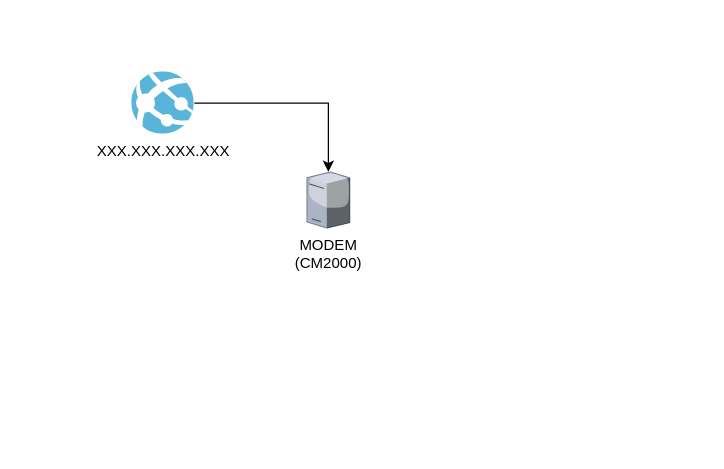
Earlier version of the draw.io diagram Untitled Diagram.drawio (rehlinger/Learning). Source tidied: cells renumbered, new cells numbered last; positions are measured from the earlier drawing's top-left corner, leaving out a move shared by most shapes. Both pictures are drawn from the tidied source at 125%, with x=0, y=0 at pixel (131, 71). Pictures stored in the file or linked from it are replaced by grey dashed boxes.
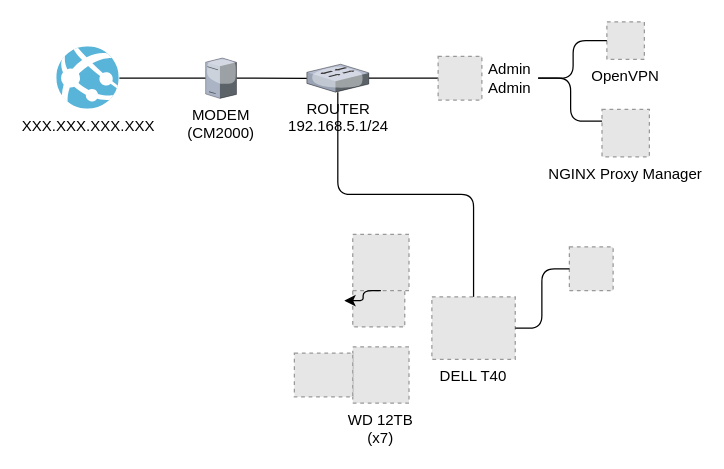
Above is the later version.

Diff of the diagram source:
```diff
@@
-    <mxCell id="2" style="edgeStyle=orthogonalEdgeStyle;rounded=0;jettySize=auto;html=1;shadow=0;sketch=0;backgroundOutline=0;noJump=0;comic=0;orthogonal=0;flowAnimation=1;jumpStyle=arc;jumpSize=17;" parent="1" edge="1" source="3" target="4">
+    <mxCell id="2" style="edgeStyle=orthogonalEdgeStyle;rounded=1;jettySize=auto;html=1;shadow=0;sketch=0;backgroundOutline=0;noJump=0;comic=0;orthogonal=0;flowAnimation=0;jumpStyle=arc;jumpSize=17;startArrow=none;startFill=0;endArrow=none;endFill=0;" parent="1" edge="1" source="3" target="4">
       <mxGeometry relative="1" as="geometry" />
     </mxCell>
     <mxCell id="3" value="&lt;div&gt;XXX.XXX.XXX.XXX&lt;/div&gt;&lt;div&gt;&lt;br&gt;&lt;/div&gt;" style="html=1;points=[];align=center;image;fontSize=12;image=img/lib/mscae/App_Services.svg;" parent="1" vertex="1">
-      <mxGeometry width="50" height="50" as="geometry" />
+      <mxGeometry x="-60" y="-20" width="50" height="50" as="geometry" />
     </mxCell>
+    <mxCell id="5" style="edgeStyle=orthogonalEdgeStyle;curved=0;rounded=1;sketch=0;jumpStyle=arc;jettySize=auto;html=1;targetPerimeterSpacing=0;flowAnimation=0;startArrow=none;startFill=0;endArrow=none;endFill=0;" parent="1" edge="1" source="4" target="8">
+      <mxGeometry relative="1" as="geometry" />
+    </mxCell>
     <mxCell id="4" value="&lt;div&gt;MODEM&lt;/div&gt;&lt;div&gt;(CM2000)&lt;br&gt;&lt;/div&gt;" style="verticalLabelPosition=bottom;html=1;verticalAlign=top;strokeColor=none;align=center;outlineConnect=0;shape=mxgraph.citrix.license_server;" parent="1" vertex="1">
-      <mxGeometry x="140" y="80" width="34.4" height="45" as="geometry" />
+      <mxGeometry x="59" y="-11.1" width="24.7" height="32.3" as="geometry" />
     </mxCell>
+    <mxCell id="6" style="edgeStyle=elbowEdgeStyle;rounded=1;sketch=0;jumpStyle=arc;jettySize=auto;html=1;targetPerimeterSpacing=0;strokeColor=#000000;entryX=0;entryY=0.5;entryDx=0;entryDy=0;endArrow=none;endFill=0;" parent="1" edge="1" source="8" target="10">
+      <mxGeometry relative="1" as="geometry" />
+    </mxCell>
+    <mxCell id="7" style="rounded=1;sketch=0;jumpStyle=arc;jettySize=auto;html=1;entryX=0.5;entryY=0;entryDx=0;entryDy=0;targetPerimeterSpacing=0;strokeColor=#000000;edgeStyle=elbowEdgeStyle;elbow=vertical;startArrow=none;startFill=0;endArrow=none;endFill=0;" parent="1" edge="1" source="8" target="16">
+      <mxGeometry relative="1" as="geometry" />
+    </mxCell>
+    <mxCell id="8" value="&lt;div&gt;ROUTER&lt;/div&gt;&lt;div&gt;192.168.5.1/24&lt;/div&gt;&lt;div&gt;&lt;br&gt;&lt;/div&gt;" style="verticalLabelPosition=bottom;html=1;verticalAlign=top;strokeColor=none;align=center;outlineConnect=0;shape=mxgraph.citrix.switch;rounded=0;sketch=0;" parent="1" vertex="1">
+      <mxGeometry x="140" y="-6.1" width="49.5" height="22.3" as="geometry" />
+    </mxCell>
+    <mxCell id="9" style="group;" parent="1" vertex="1">
+      <mxGeometry x="245" y="-24" width="80" height="58" as="geometry" />
+    </mxCell>
+    <mxCell id="10" style="fillColor=#E6E6E6;strokeColor=#999999;dashed=1;verticalLabelPosition=bottom;labelBackgroundColor=#ffffff;verticalAlign=top;" parent="9" vertex="1">
+      <mxGeometry y="11.5" width="35" height="35" as="geometry" />
+    </mxCell>
+    <mxCell id="11" value="&lt;div&gt;Admin&lt;/div&gt;&lt;div&gt;Admin&lt;/div&gt;" style="text;html=1;strokeColor=none;fillColor=none;align=center;verticalAlign=middle;whiteSpace=wrap;rounded=0;sketch=0;" parent="9" vertex="1">
+      <mxGeometry x="35" width="45" height="58" as="geometry" />
+    </mxCell>
+    <mxCell id="12" style="edgeStyle=elbowEdgeStyle;rounded=1;sketch=0;jumpStyle=arc;jettySize=auto;html=1;entryX=0;entryY=0.25;entryDx=0;entryDy=0;targetPerimeterSpacing=0;strokeColor=#000000;exitX=1;exitY=0.5;exitDx=0;exitDy=0;endArrow=none;endFill=0;" parent="1" edge="1" source="11" target="15">
+      <mxGeometry relative="1" as="geometry" />
+    </mxCell>
+    <mxCell id="13" value="OpenVPN" style="fillColor=#E6E6E6;strokeColor=#999999;dashed=1;verticalLabelPosition=bottom;labelBackgroundColor=#ffffff;verticalAlign=top;" parent="1" vertex="1">
+      <mxGeometry x="380" y="-40" width="30" height="30" as="geometry" />
+    </mxCell>
+    <mxCell id="14" style="edgeStyle=elbowEdgeStyle;rounded=1;sketch=0;jumpStyle=arc;jettySize=auto;html=1;targetPerimeterSpacing=0;strokeColor=#000000;endArrow=none;endFill=0;" parent="1" edge="1" source="11" target="13">
+      <mxGeometry relative="1" as="geometry" />
+    </mxCell>
+    <mxCell id="15" value="NGINX Proxy Manager" style="fillColor=#E6E6E6;strokeColor=#999999;dashed=1;verticalLabelPosition=bottom;labelBackgroundColor=#ffffff;verticalAlign=top;" parent="1" vertex="1">
+      <mxGeometry x="376.1" y="30" width="37.9" height="37.9" as="geometry" />
+    </mxCell>
+    <mxCell id="16" value="DELL T40" style="fillColor=#E6E6E6;strokeColor=#999999;dashed=1;verticalLabelPosition=bottom;labelBackgroundColor=#ffffff;verticalAlign=top;" parent="1" vertex="1">
+      <mxGeometry x="240" y="180" width="66.7" height="50" as="geometry" />
+    </mxCell>
+    <mxCell id="17" style="fillColor=#E6E6E6;strokeColor=#999999;dashed=1;verticalLabelPosition=bottom;labelBackgroundColor=#ffffff;verticalAlign=top;" parent="1" vertex="1">
+      <mxGeometry x="350" y="140" width="35" height="35" as="geometry" />
+    </mxCell>
+    <mxCell id="18" style="edgeStyle=elbowEdgeStyle;rounded=1;sketch=0;jumpStyle=arc;jettySize=auto;html=1;exitX=1;exitY=0.5;exitDx=0;exitDy=0;entryX=0;entryY=0.5;entryDx=0;entryDy=0;strokeColor=#000000;endArrow=none;" parent="1" edge="1" source="16" target="17">
+      <mxGeometry relative="1" as="geometry" />
+    </mxCell>
+    <mxCell id="19" style="group;" parent="1" vertex="1">
+      <mxGeometry x="130" y="220" width="91.7" height="45" as="geometry" />
+    </mxCell>
+    <mxCell id="20" value="WD 12TB&#10;(x7)&#10;" style="fillColor=#E6E6E6;strokeColor=#999999;dashed=1;verticalLabelPosition=bottom;labelBackgroundColor=#ffffff;verticalAlign=top;" parent="19" vertex="1">
+      <mxGeometry x="46.7" width="45" height="45" as="geometry" />
+    </mxCell>
+    <mxCell id="21" style="fillColor=#E6E6E6;strokeColor=#999999;dashed=1;verticalLabelPosition=bottom;labelBackgroundColor=#ffffff;verticalAlign=top;" parent="19" vertex="1">
+      <mxGeometry y="5" width="46.7" height="35" as="geometry" />
+    </mxCell>
+    <mxCell id="22" style="group;" parent="1" vertex="1">
+      <mxGeometry x="176.7" y="130" width="45" height="74" as="geometry" />
+    </mxCell>
+    <mxCell id="23" style="fillColor=#E6E6E6;strokeColor=#999999;dashed=1;verticalLabelPosition=bottom;labelBackgroundColor=#ffffff;verticalAlign=top;" parent="22" vertex="1">
+      <mxGeometry width="45" height="45" as="geometry" />
+    </mxCell>
+    <mxCell id="24" style="fillColor=#E6E6E6;strokeColor=#999999;dashed=1;verticalLabelPosition=bottom;labelBackgroundColor=#ffffff;verticalAlign=top;" parent="22" vertex="1">
+      <mxGeometry y="45" width="41.6" height="29" as="geometry" />
+    </mxCell>
+    <mxCell id="25" style="edgeStyle=elbowEdgeStyle;rounded=1;sketch=0;jumpStyle=arc;jettySize=auto;html=1;exitX=0.5;exitY=1;exitDx=0;exitDy=0;targetPerimeterSpacing=0;strokeColor=#000000;" parent="1" edge="1" source="23">
+      <mxGeometry relative="1" as="geometry">
+        <mxPoint x="170" y="183" as="targetPoint" />
+      </mxGeometry>
+    </mxCell>
```
